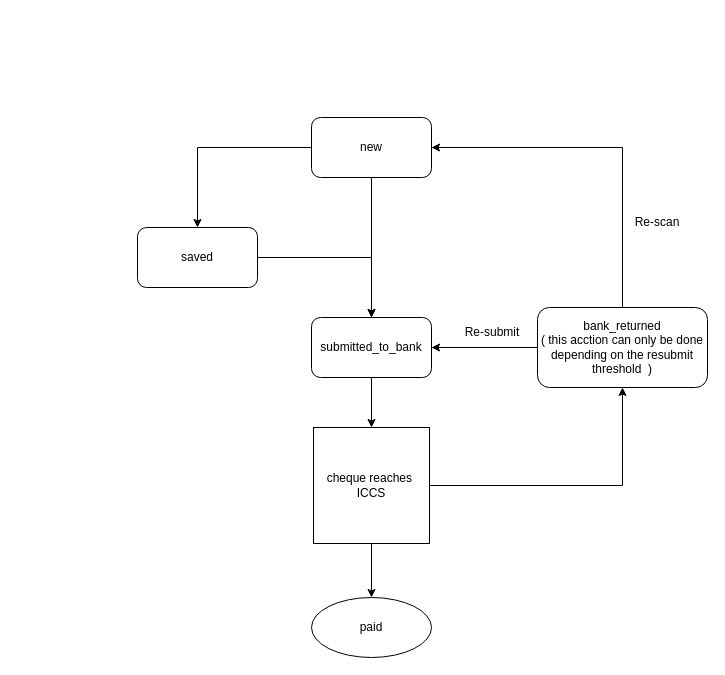
Earlier version of the draw.io diagram page "Self-auth" (2 of 2) of Untitled Diagram.drawio (SyamuNani/maps). Source tidied: cells renumbered, new cells numbered last; positions are measured from the earlier drawing's top-left corner, leaving out a move shared by most shapes. Both pictures are drawn from the tidied source at 100%, with x=0, y=0 at pixel (137, 117).
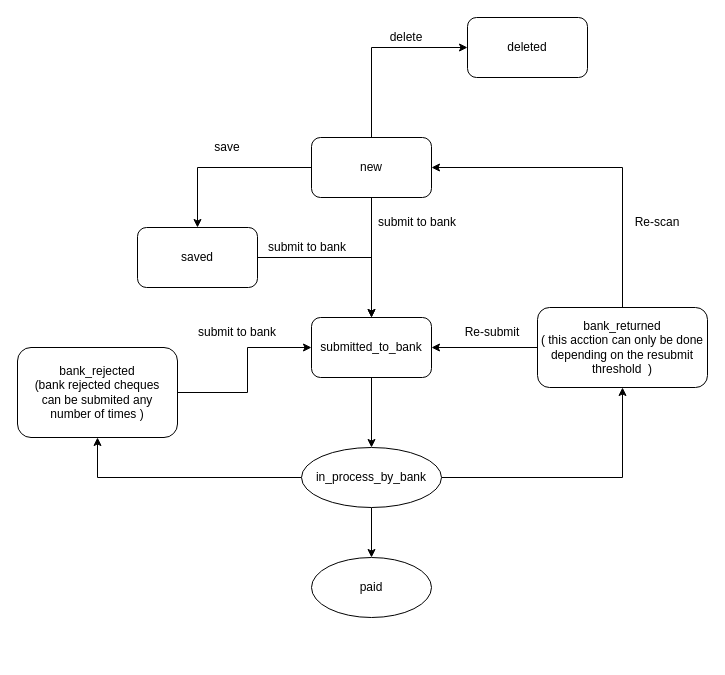
The same page after the edit.

The change refers to these unchanged cells:
```xml
<mxCell id="14" value="bank_returned&lt;br&gt;( this acction can only be done depending on the resubmit threshold&amp;nbsp; )" style="rounded=1;whiteSpace=wrap;html=1;" parent="1" vertex="1">
  <mxGeometry x="400" y="190" width="170" height="80" as="geometry" />
</mxCell>
<mxCell id="17" value="&lt;span&gt;submitted_to_bank&lt;/span&gt;" style="rounded=1;whiteSpace=wrap;html=1;" parent="1" vertex="1">
  <mxGeometry x="174" y="200" width="120" height="60" as="geometry" />
</mxCell>
```

The edit, as a diff of the source:
```diff
@@
+    <mxCell id="18" style="edgeStyle=none;rounded=0;html=1;entryX=0;entryY=0.5;entryDx=0;entryDy=0;" parent="1" edge="1" source="4" target="21">
+      <mxGeometry relative="1" as="geometry">
+        <Array as="points">
+          <mxPoint x="234" y="-70" />
+        </Array>
+      </mxGeometry>
+    </mxCell>
     <mxCell id="4" value="new" style="rounded=1;whiteSpace=wrap;html=1;" parent="1" vertex="1">
-      <mxGeometry x="174" width="120" height="60" as="geometry" />
+      <mxGeometry x="174" y="20" width="120" height="60" as="geometry" />
     </mxCell>
@@
-    <mxCell id="7" style="edgeStyle=orthogonalEdgeStyle;rounded=0;jettySize=auto;html=1;entryX=0.5;entryY=0;entryDx=0;entryDy=0;exitX=0.5;exitY=1;exitDx=0;exitDy=0;" parent="1" edge="1" source="17" target="10">
+    <mxCell id="7" style="edgeStyle=orthogonalEdgeStyle;rounded=0;jettySize=auto;html=1;exitX=0.5;exitY=1;exitDx=0;exitDy=0;entryX=0.5;entryY=0;entryDx=0;entryDy=0;" parent="1" edge="1" source="17" target="20">
       <mxGeometry relative="1" as="geometry" />
     </mxCell>
-    <mxCell id="8" style="edgeStyle=orthogonalEdgeStyle;rounded=0;jettySize=auto;html=1;" parent="1" edge="1" source="10" target="11">
+    <mxCell id="8" style="edgeStyle=orthogonalEdgeStyle;rounded=0;jettySize=auto;html=1;exitX=0.5;exitY=1;exitDx=0;exitDy=0;" parent="1" edge="1" source="20" target="11">
       <mxGeometry relative="1" as="geometry" />
     </mxCell>
-    <mxCell id="9" style="edgeStyle=orthogonalEdgeStyle;rounded=0;jettySize=auto;html=1;" parent="1" edge="1" source="10" target="14">
+    <mxCell id="9" style="edgeStyle=orthogonalEdgeStyle;rounded=0;jettySize=auto;html=1;exitX=1;exitY=0.5;exitDx=0;exitDy=0;" parent="1" edge="1" source="20" target="14">
       <mxGeometry relative="1" as="geometry" />
     </mxCell>
-    <mxCell id="10" value="cheque reaches&amp;nbsp;&lt;br&gt;ICCS" style="whiteSpace=wrap;html=1;" parent="1" vertex="1">
-      <mxGeometry x="176" y="310" width="116" height="116" as="geometry" />
-    </mxCell>
     <mxCell id="11" value="paid" style="ellipse;whiteSpace=wrap;html=1;" parent="1" vertex="1">
-      <mxGeometry x="174" y="480" width="120" height="60" as="geometry" />
+      <mxGeometry x="174" y="440" width="120" height="60" as="geometry" />
     </mxCell>
@@
     <mxCell id="13" style="edgeStyle=orthogonalEdgeStyle;rounded=0;jettySize=auto;html=1;entryX=1;entryY=0.5;entryDx=0;entryDy=0;exitX=0.5;exitY=0;exitDx=0;exitDy=0;" parent="1" edge="1" source="14" target="4">
       <mxGeometry relative="1" as="geometry">
         <Array as="points">
-          <mxPoint x="485" y="30" />
+          <mxPoint x="485" y="50" />
         </Array>
       </mxGeometry>
     </mxCell>
@@
+    <mxCell id="19" style="edgeStyle=none;rounded=0;html=1;exitX=0;exitY=0.5;exitDx=0;exitDy=0;entryX=0.5;entryY=1;entryDx=0;entryDy=0;" parent="1" edge="1" source="20" target="27">
+      <mxGeometry relative="1" as="geometry">
+        <Array as="points">
+          <mxPoint x="-40" y="360" />
+        </Array>
+      </mxGeometry>
+    </mxCell>
+    <mxCell id="20" value="in_process_by_bank" style="ellipse;whiteSpace=wrap;html=1;" parent="1" vertex="1">
+      <mxGeometry x="164" y="330" width="140" height="60" as="geometry" />
+    </mxCell>
+    <mxCell id="21" value="deleted" style="rounded=1;whiteSpace=wrap;html=1;" parent="1" vertex="1">
+      <mxGeometry x="330" y="-100" width="120" height="60" as="geometry" />
+    </mxCell>
+    <mxCell id="22" value="delete" style="text;html=1;strokeColor=none;fillColor=none;align=center;verticalAlign=middle;whiteSpace=wrap;rounded=0;" parent="1" vertex="1">
+      <mxGeometry x="244" y="-90" width="50" height="20" as="geometry" />
+    </mxCell>
+    <mxCell id="23" value="save" style="text;html=1;strokeColor=none;fillColor=none;align=center;verticalAlign=middle;whiteSpace=wrap;rounded=0;" parent="1" vertex="1">
+      <mxGeometry x="70" y="20" width="40" height="20" as="geometry" />
+    </mxCell>
+    <mxCell id="24" value="submit to bank" style="text;html=1;strokeColor=none;fillColor=none;align=center;verticalAlign=middle;whiteSpace=wrap;rounded=0;" parent="1" vertex="1">
+      <mxGeometry x="120" y="120" width="100" height="20" as="geometry" />
+    </mxCell>
+    <mxCell id="25" value="submit to bank" style="text;html=1;strokeColor=none;fillColor=none;align=center;verticalAlign=middle;whiteSpace=wrap;rounded=0;" parent="1" vertex="1">
+      <mxGeometry x="230" y="95" width="100" height="20" as="geometry" />
+    </mxCell>
+    <mxCell id="26" style="edgeStyle=none;rounded=0;html=1;exitX=1;exitY=0.5;exitDx=0;exitDy=0;entryX=0;entryY=0.5;entryDx=0;entryDy=0;" parent="1" edge="1" source="27" target="17">
+      <mxGeometry relative="1" as="geometry">
+        <Array as="points">
+          <mxPoint x="110" y="275" />
+          <mxPoint x="110" y="230" />
+        </Array>
+      </mxGeometry>
+    </mxCell>
+    <mxCell id="27" value="bank_rejected&lt;br&gt;(bank rejected cheques &lt;br&gt;can be submited any &lt;br&gt;number of times )" style="rounded=1;whiteSpace=wrap;html=1;" parent="1" vertex="1">
+      <mxGeometry x="-120" y="230" width="160" height="90" as="geometry" />
+    </mxCell>
+    <mxCell id="28" value="submit to bank" style="text;html=1;strokeColor=none;fillColor=none;align=center;verticalAlign=middle;whiteSpace=wrap;rounded=0;" parent="1" vertex="1">
+      <mxGeometry x="50" y="205" width="100" height="20" as="geometry" />
+    </mxCell>
```
